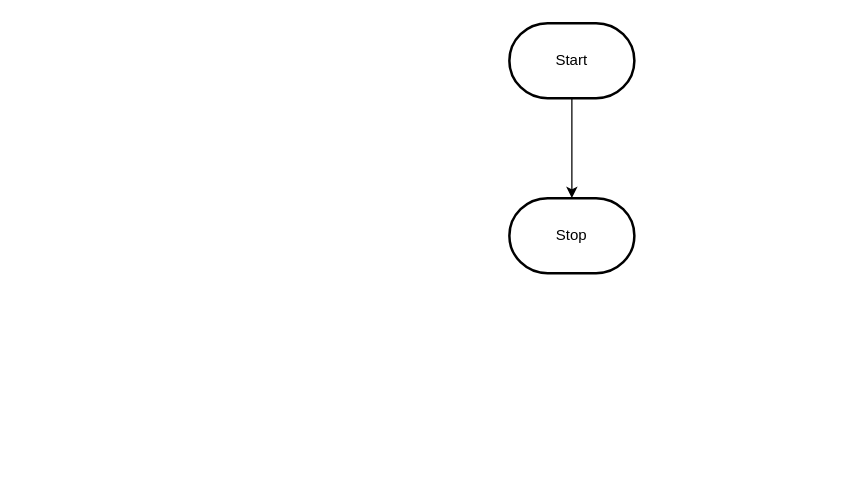
MTHS-ICD2O-1-2023/ICD2O-Unit-5-01-pablo-fiallos-granados keeps this draw.io diagram as design/flowchart.drawio. Above is the earlier version. Source tidied: cells renumbered, new cells numbered last; positions are measured from the earlier drawing's top-left corner, leaving out a move shared by most shapes. Both pictures are drawn from the tidied source at 125%, with x=0, y=0 at pixel (509, 22).
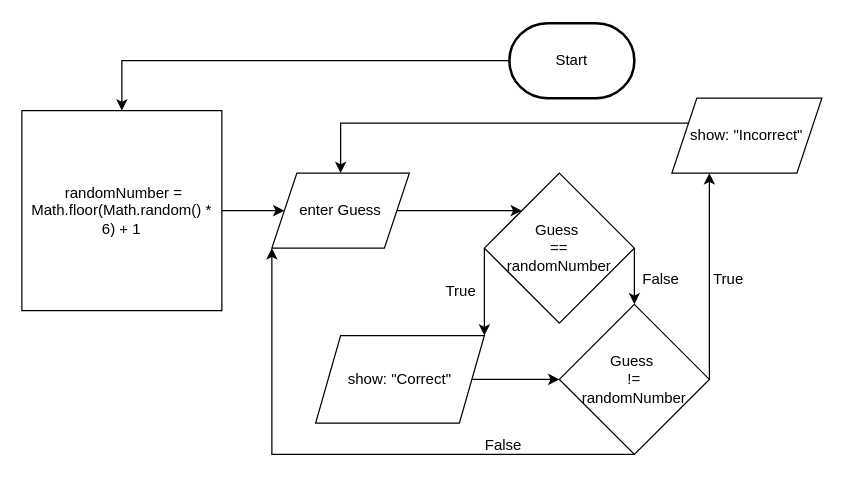
Above is the later version.

Commit message (it also covers changes not shown here):
flowchart/storyboard

Unchanged cells that the change refers to:
```xml
<mxCell id="3" value="Start" style="strokeWidth=2;html=1;shape=mxgraph.flowchart.terminator;whiteSpace=wrap;" parent="1" vertex="1">
  <mxGeometry width="100" height="60" as="geometry" />
</mxCell>
```

Diff of the diagram source:
```diff
@@
-    <mxCell id="2" style="edgeStyle=orthogonalEdgeStyle;html=1;rounded=0;" parent="1" edge="1" source="3" target="4">
+    <mxCell id="2" style="edgeStyle=orthogonalEdgeStyle;html=1;rounded=0;entryX=0.5;entryY=0;entryDx=0;entryDy=0;" parent="1" edge="1" source="3" target="6">
       <mxGeometry relative="1" as="geometry" />
     </mxCell>
@@
-    <mxCell id="4" value="Stop" style="strokeWidth=2;html=1;shape=mxgraph.flowchart.terminator;whiteSpace=wrap;" parent="1" vertex="1">
-      <mxGeometry y="140" width="100" height="60" as="geometry" />
-    </mxCell>
+    <mxCell id="5" style="edgeStyle=none;html=1;exitX=1;exitY=0.5;exitDx=0;exitDy=0;entryX=0;entryY=0.5;entryDx=0;entryDy=0;" parent="1" edge="1" source="6" target="8">
+      <mxGeometry relative="1" as="geometry" />
+    </mxCell>
+    <mxCell id="6" value="&amp;nbsp;randomNumber = Math.floor(Math.random() * 6) + 1" style="whiteSpace=wrap;html=1;" parent="1" vertex="1">
+      <mxGeometry x="-390" y="70" width="160" height="160" as="geometry" />
+    </mxCell>
+    <mxCell id="7" style="edgeStyle=none;html=1;exitX=1;exitY=0.5;exitDx=0;exitDy=0;entryX=0;entryY=0;entryDx=0;entryDy=0;" parent="1" edge="1" source="8" target="11">
+      <mxGeometry relative="1" as="geometry" />
+    </mxCell>
+    <mxCell id="8" value="enter Guess" style="shape=parallelogram;perimeter=parallelogramPerimeter;whiteSpace=wrap;html=1;fixedSize=1;" parent="1" vertex="1">
+      <mxGeometry x="-190" y="120" width="110" height="60" as="geometry" />
+    </mxCell>
+    <mxCell id="9" style="edgeStyle=none;html=1;exitX=0;exitY=0.5;exitDx=0;exitDy=0;entryX=1;entryY=0;entryDx=0;entryDy=0;" parent="1" edge="1" source="11" target="13">
+      <mxGeometry relative="1" as="geometry" />
+    </mxCell>
+    <mxCell id="10" style="edgeStyle=none;html=1;exitX=1;exitY=0.5;exitDx=0;exitDy=0;entryX=0.5;entryY=0;entryDx=0;entryDy=0;" parent="1" edge="1" source="11" target="19">
+      <mxGeometry relative="1" as="geometry" />
+    </mxCell>
+    <mxCell id="11" value="Guess&amp;nbsp;&lt;br&gt;==&lt;br&gt;randomNumber" style="rhombus;whiteSpace=wrap;html=1;" parent="1" vertex="1">
+      <mxGeometry x="-20" y="120" width="120" height="120" as="geometry" />
+    </mxCell>
+    <mxCell id="12" style="edgeStyle=none;html=1;exitX=1;exitY=0.5;exitDx=0;exitDy=0;entryX=0;entryY=0.5;entryDx=0;entryDy=0;" parent="1" edge="1" source="13" target="19">
+      <mxGeometry relative="1" as="geometry" />
+    </mxCell>
+    <mxCell id="13" value="show: &quot;Correct&quot;" style="shape=parallelogram;perimeter=parallelogramPerimeter;whiteSpace=wrap;html=1;fixedSize=1;" parent="1" vertex="1">
+      <mxGeometry x="-155" y="250" width="135" height="70" as="geometry" />
+    </mxCell>
+    <mxCell id="14" style="edgeStyle=none;html=1;exitX=0.5;exitY=0;exitDx=0;exitDy=0;entryX=0.5;entryY=0;entryDx=0;entryDy=0;rounded=0;" parent="1" edge="1" source="15" target="8">
+      <mxGeometry relative="1" as="geometry">
+        <Array as="points">
+          <mxPoint x="190" y="80" />
+          <mxPoint x="-135" y="80" />
+        </Array>
+      </mxGeometry>
+    </mxCell>
+    <mxCell id="15" value="show: &quot;Incorrect&quot;" style="shape=parallelogram;perimeter=parallelogramPerimeter;whiteSpace=wrap;html=1;fixedSize=1;" parent="1" vertex="1">
+      <mxGeometry x="130" y="60" width="120" height="60" as="geometry" />
+    </mxCell>
+    <mxCell id="16" value="True" style="text;html=1;align=center;verticalAlign=middle;strokeColor=none;fillColor=none;" parent="1" vertex="1">
+      <mxGeometry x="-64.5" y="200" width="50" height="30" as="geometry" />
+    </mxCell>
+    <mxCell id="17" style="edgeStyle=none;html=1;exitX=1;exitY=0.5;exitDx=0;exitDy=0;entryX=0.25;entryY=1;entryDx=0;entryDy=0;" parent="1" edge="1" source="19" target="15">
+      <mxGeometry relative="1" as="geometry" />
+    </mxCell>
+    <mxCell id="18" style="edgeStyle=none;html=1;exitX=0.5;exitY=1;exitDx=0;exitDy=0;entryX=0;entryY=1;entryDx=0;entryDy=0;rounded=0;" parent="1" edge="1" source="19" target="8">
+      <mxGeometry relative="1" as="geometry">
+        <Array as="points">
+          <mxPoint x="-190" y="345" />
+        </Array>
+      </mxGeometry>
+    </mxCell>
+    <mxCell id="19" value="Guess&amp;nbsp;&lt;br&gt;!=&lt;br&gt;randomNumber" style="rhombus;whiteSpace=wrap;html=1;" parent="1" vertex="1">
+      <mxGeometry x="40" y="225" width="120" height="120" as="geometry" />
+    </mxCell>
+    <mxCell id="20" value="False" style="text;html=1;align=center;verticalAlign=middle;strokeColor=none;fillColor=none;" parent="1" vertex="1">
+      <mxGeometry x="96" y="190" width="50" height="30" as="geometry" />
+    </mxCell>
+    <mxCell id="21" value="True" style="text;html=1;align=center;verticalAlign=middle;strokeColor=none;fillColor=none;" parent="1" vertex="1">
+      <mxGeometry x="150" y="190" width="50" height="30" as="geometry" />
+    </mxCell>
+    <mxCell id="22" value="False" style="text;html=1;align=center;verticalAlign=middle;strokeColor=none;fillColor=none;" parent="1" vertex="1">
+      <mxGeometry x="-30" y="323" width="50" height="30" as="geometry" />
+    </mxCell>
```
